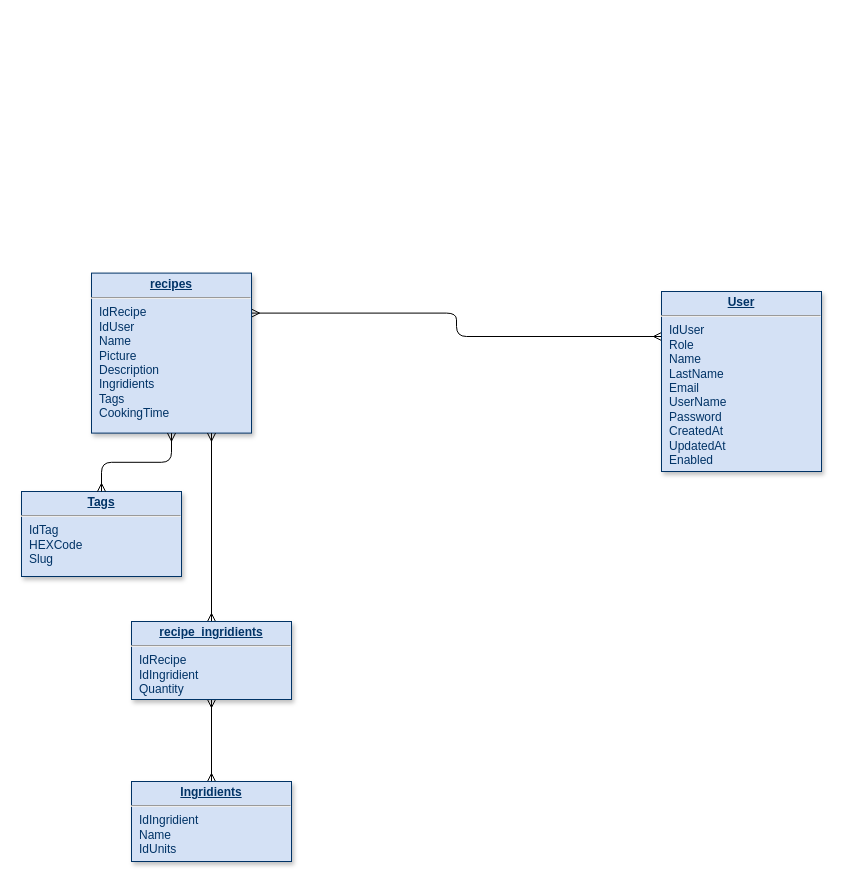
Earlier version of the draw.io diagram backend/db.drawio (smart5678/foodgram-project-react). Source tidied: cells renumbered, new cells numbered last; positions are measured from the earlier drawing's top-left corner, leaving out a move shared by most shapes. Both pictures are drawn from the tidied source at 100%, with x=0, y=0 at pixel (21, 273).
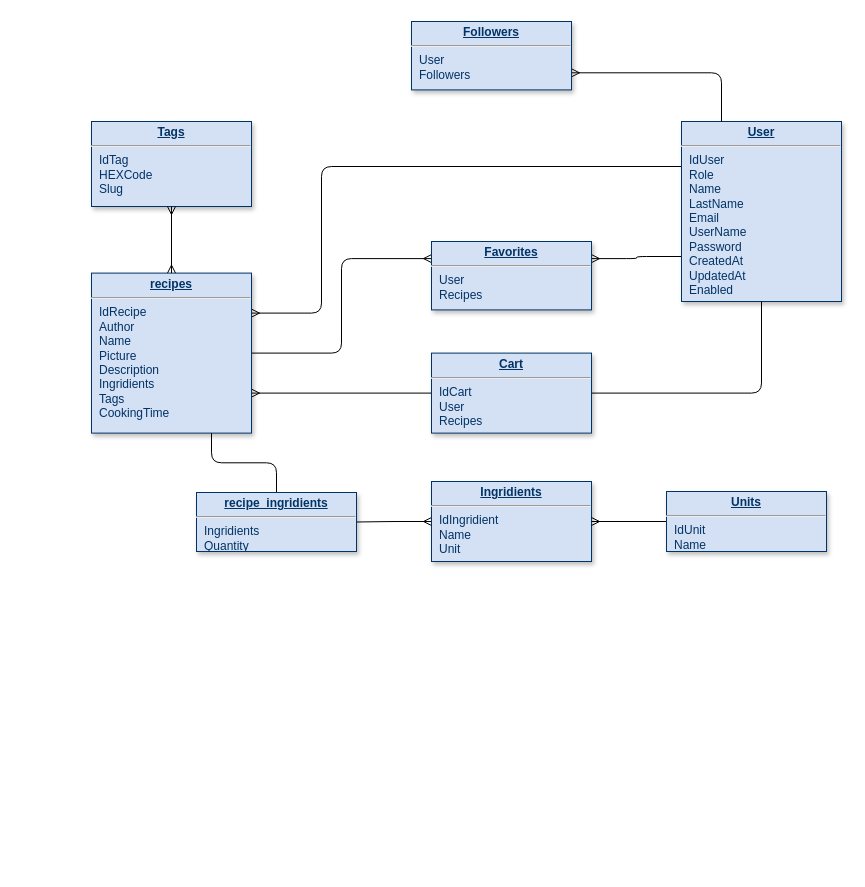
Above is the later version.

The edit, as a diff of the source:
```diff
@@
     <mxCell id="2" value="&lt;p style=&quot;margin: 0px ; margin-top: 4px ; text-align: center ; text-decoration: underline&quot;&gt;&lt;strong&gt;Tags&lt;/strong&gt;&lt;/p&gt;&lt;hr&gt;&lt;p style=&quot;margin: 0px ; margin-left: 8px&quot;&gt;IdTag&lt;/p&gt;&lt;p style=&quot;margin: 0px ; margin-left: 8px&quot;&gt;HEXCode&lt;/p&gt;&lt;p style=&quot;margin: 0px ; margin-left: 8px&quot;&gt;Slug&lt;/p&gt;" style="verticalAlign=top;align=left;overflow=fill;fontSize=12;fontFamily=Helvetica;html=1;strokeColor=#003366;shadow=1;fillColor=#D4E1F5;fontColor=#003366;" parent="1" vertex="1">
-      <mxGeometry y="218" width="160" height="85" as="geometry" />
+      <mxGeometry x="70" y="-152" width="160" height="85" as="geometry" />
     </mxCell>
-    <mxCell id="3" style="edgeStyle=orthogonalEdgeStyle;jettySize=auto;html=1;exitX=0;exitY=0.25;exitDx=0;exitDy=0;entryX=1;entryY=0.25;entryDx=0;entryDy=0;startArrow=ERmany;startFill=0;endArrow=ERmany;endFill=0;startSize=6;endSize=6;rounded=1;shadow=0;sketch=0;jumpStyle=none;" parent="1" edge="1" source="4" target="5">
-      <mxGeometry relative="1" as="geometry" />
+    <mxCell id="3" style="edgeStyle=orthogonalEdgeStyle;jettySize=auto;html=1;exitX=1;exitY=0.25;exitDx=0;exitDy=0;entryX=0;entryY=0.25;entryDx=0;entryDy=0;startArrow=ERmany;startFill=0;endArrow=none;endFill=0;startSize=6;endSize=6;rounded=1;shadow=0;sketch=0;jumpStyle=none;" parent="1" edge="1" source="5" target="4">
+      <mxGeometry relative="1" as="geometry">
+        <Array as="points">
+          <mxPoint x="300" y="40" />
+          <mxPoint x="300" y="-107" />
+        </Array>
+      </mxGeometry>
     </mxCell>
+    <mxCell id="11" style="edgeStyle=orthogonalEdgeStyle;rounded=1;sketch=0;jumpStyle=none;jettySize=auto;html=1;exitX=0;exitY=0.75;exitDx=0;exitDy=0;entryX=1;entryY=0.25;entryDx=0;entryDy=0;shadow=0;startArrow=none;startFill=0;endArrow=ERmany;endFill=0;startSize=6;endSize=6;strokeColor=#000000;" parent="1" edge="1" source="4" target="14">
+      <mxGeometry relative="1" as="geometry" />
+    </mxCell>
     <mxCell id="4" value="&lt;p style=&quot;margin: 0px ; margin-top: 4px ; text-align: center ; text-decoration: underline&quot;&gt;&lt;strong&gt;User&lt;/strong&gt;&lt;/p&gt;&lt;hr&gt;&lt;p style=&quot;margin: 0px ; margin-left: 8px&quot;&gt;IdUser&lt;/p&gt;&lt;p style=&quot;margin: 0px ; margin-left: 8px&quot;&gt;Role&lt;/p&gt;&lt;p style=&quot;margin: 0px ; margin-left: 8px&quot;&gt;Name&lt;/p&gt;&lt;p style=&quot;margin: 0px ; margin-left: 8px&quot;&gt;LastName&lt;/p&gt;&lt;p style=&quot;margin: 0px ; margin-left: 8px&quot;&gt;Email&lt;/p&gt;&lt;p style=&quot;margin: 0px ; margin-left: 8px&quot;&gt;UserName&lt;/p&gt;&lt;p style=&quot;margin: 0px ; margin-left: 8px&quot;&gt;Password&lt;/p&gt;&lt;p style=&quot;margin: 0px ; margin-left: 8px&quot;&gt;CreatedAt&lt;/p&gt;&lt;p style=&quot;margin: 0px ; margin-left: 8px&quot;&gt;UpdatedAt&lt;/p&gt;&lt;p style=&quot;margin: 0px ; margin-left: 8px&quot;&gt;Enabled&lt;/p&gt;" style="verticalAlign=top;align=left;overflow=fill;fontSize=12;fontFamily=Helvetica;html=1;strokeColor=#003366;shadow=1;fillColor=#D4E1F5;fontColor=#003366;" parent="1" vertex="1">
-      <mxGeometry x="640" y="18" width="160" height="180" as="geometry" />
+      <mxGeometry x="660" y="-152" width="160" height="180" as="geometry" />
     </mxCell>
+    <mxCell id="12" style="edgeStyle=orthogonalEdgeStyle;rounded=1;sketch=0;jumpStyle=none;jettySize=auto;html=1;exitX=0;exitY=0.25;exitDx=0;exitDy=0;entryX=1;entryY=0.5;entryDx=0;entryDy=0;shadow=0;startArrow=ERmany;startFill=0;endArrow=none;endFill=0;startSize=6;endSize=6;strokeColor=#000000;" parent="1" edge="1" source="14" target="5">
+      <mxGeometry relative="1" as="geometry" />
+    </mxCell>
+    <mxCell id="13" style="edgeStyle=orthogonalEdgeStyle;rounded=1;sketch=0;jumpStyle=none;jettySize=auto;html=1;exitX=1;exitY=0.75;exitDx=0;exitDy=0;entryX=0;entryY=0.5;entryDx=0;entryDy=0;shadow=0;startArrow=ERmany;startFill=0;endArrow=none;endFill=0;startSize=6;endSize=6;strokeColor=#000000;" parent="1" edge="1" source="5" target="16">
+      <mxGeometry relative="1" as="geometry" />
+    </mxCell>
-    <mxCell id="5" value="&lt;p style=&quot;margin: 0px ; margin-top: 4px ; text-align: center ; text-decoration: underline&quot;&gt;&lt;strong&gt;recipes&lt;/strong&gt;&lt;/p&gt;&lt;hr&gt;&lt;p style=&quot;margin: 0px ; margin-left: 8px&quot;&gt;IdRecipe&lt;/p&gt;&lt;p style=&quot;margin: 0px ; margin-left: 8px&quot;&gt;IdUser&lt;/p&gt;&lt;p style=&quot;margin: 0px ; margin-left: 8px&quot;&gt;Name&lt;/p&gt;&lt;p style=&quot;margin: 0px ; margin-left: 8px&quot;&gt;Picture&lt;/p&gt;&lt;p style=&quot;margin: 0px ; margin-left: 8px&quot;&gt;Description&lt;/p&gt;&lt;p style=&quot;margin: 0px ; margin-left: 8px&quot;&gt;Ingridients&lt;/p&gt;&lt;p style=&quot;margin: 0px ; margin-left: 8px&quot;&gt;Tags&lt;/p&gt;&lt;p style=&quot;margin: 0px ; margin-left: 8px&quot;&gt;CookingTime&lt;/p&gt;" style="verticalAlign=top;align=left;overflow=fill;fontSize=12;fontFamily=Helvetica;html=1;strokeColor=#003366;shadow=1;fillColor=#D4E1F5;fontColor=#003366;" parent="1" vertex="1">
+    <mxCell id="5" value="&lt;p style=&quot;margin: 0px ; margin-top: 4px ; text-align: center ; text-decoration: underline&quot;&gt;&lt;strong&gt;recipes&lt;/strong&gt;&lt;/p&gt;&lt;hr&gt;&lt;p style=&quot;margin: 0px ; margin-left: 8px&quot;&gt;IdRecipe&lt;/p&gt;&lt;p style=&quot;margin: 0px ; margin-left: 8px&quot;&gt;Author&lt;/p&gt;&lt;p style=&quot;margin: 0px ; margin-left: 8px&quot;&gt;Name&lt;/p&gt;&lt;p style=&quot;margin: 0px ; margin-left: 8px&quot;&gt;Picture&lt;/p&gt;&lt;p style=&quot;margin: 0px ; margin-left: 8px&quot;&gt;Description&lt;/p&gt;&lt;p style=&quot;margin: 0px ; margin-left: 8px&quot;&gt;Ingridients&lt;/p&gt;&lt;p style=&quot;margin: 0px ; margin-left: 8px&quot;&gt;Tags&lt;/p&gt;&lt;p style=&quot;margin: 0px ; margin-left: 8px&quot;&gt;CookingTime&lt;/p&gt;" style="verticalAlign=top;align=left;overflow=fill;fontSize=12;fontFamily=Helvetica;html=1;strokeColor=#003366;shadow=1;fillColor=#D4E1F5;fontColor=#003366;" parent="1" vertex="1">
       <mxGeometry x="70" y="-0.4" width="160" height="160" as="geometry" />
     </mxCell>
@@
-    <mxCell id="7" style="edgeStyle=orthogonalEdgeStyle;rounded=1;jettySize=auto;html=1;exitX=0.5;exitY=0;exitDx=0;exitDy=0;entryX=0.75;entryY=1;entryDx=0;entryDy=0;startArrow=ERmany;startFill=0;endArrow=ERmany;endFill=0;" parent="1" edge="1" source="9" target="5">
+    <mxCell id="7" style="edgeStyle=orthogonalEdgeStyle;rounded=1;jettySize=auto;html=1;exitX=0.75;exitY=1;exitDx=0;exitDy=0;entryX=0.5;entryY=0;entryDx=0;entryDy=0;startArrow=none;startFill=0;endArrow=none;endFill=0;" parent="1" edge="1" source="5" target="9">
       <mxGeometry relative="1" as="geometry" />
     </mxCell>
-    <mxCell id="8" style="edgeStyle=orthogonalEdgeStyle;rounded=1;jettySize=auto;html=1;exitX=0.5;exitY=1;exitDx=0;exitDy=0;entryX=0.5;entryY=0;entryDx=0;entryDy=0;startArrow=ERmany;startFill=0;endArrow=ERmany;endFill=0;" parent="1" edge="1" source="9" target="10">
+    <mxCell id="8" style="edgeStyle=orthogonalEdgeStyle;rounded=1;jettySize=auto;html=1;exitX=0;exitY=0.5;exitDx=0;exitDy=0;entryX=1;entryY=0.5;entryDx=0;entryDy=0;startArrow=ERmany;startFill=0;endArrow=none;endFill=0;" parent="1" edge="1" source="10" target="9">
       <mxGeometry relative="1" as="geometry" />
     </mxCell>
-    <mxCell id="9" value="&lt;p style=&quot;margin: 0px ; margin-top: 4px ; text-align: center ; text-decoration: underline&quot;&gt;&lt;strong&gt;recipe_ingridients&lt;/strong&gt;&lt;/p&gt;&lt;hr&gt;&lt;p style=&quot;margin: 0px ; margin-left: 8px&quot;&gt;IdRecipe&lt;/p&gt;&lt;p style=&quot;margin: 0px ; margin-left: 8px&quot;&gt;IdIngridient&lt;/p&gt;&lt;p style=&quot;margin: 0px ; margin-left: 8px&quot;&gt;Quantity&lt;br&gt;&lt;/p&gt;" style="verticalAlign=top;align=left;overflow=fill;fontSize=12;fontFamily=Helvetica;html=1;strokeColor=#003366;shadow=1;fillColor=#D4E1F5;fontColor=#003366;" parent="1" vertex="1">
-      <mxGeometry x="110" y="348" width="160" height="78" as="geometry" />
+    <mxCell id="9" value="&lt;p style=&quot;margin: 0px ; margin-top: 4px ; text-align: center ; text-decoration: underline&quot;&gt;&lt;strong&gt;recipe_ingridients&lt;/strong&gt;&lt;/p&gt;&lt;hr&gt;&lt;p style=&quot;margin: 0px ; margin-left: 8px&quot;&gt;&lt;span&gt;Ingridients&lt;/span&gt;&lt;br&gt;&lt;/p&gt;&lt;p style=&quot;margin: 0px ; margin-left: 8px&quot;&gt;Quantity&lt;br&gt;&lt;/p&gt;" style="verticalAlign=top;align=left;overflow=fill;fontSize=12;fontFamily=Helvetica;html=1;strokeColor=#003366;shadow=1;fillColor=#D4E1F5;fontColor=#003366;" parent="1" vertex="1">
+      <mxGeometry x="175" y="219" width="160" height="59" as="geometry" />
     </mxCell>
-    <mxCell id="10" value="&lt;p style=&quot;margin: 0px ; margin-top: 4px ; text-align: center ; text-decoration: underline&quot;&gt;&lt;strong&gt;Ingridients&lt;/strong&gt;&lt;/p&gt;&lt;hr&gt;&lt;p style=&quot;margin: 0px ; margin-left: 8px&quot;&gt;IdIngridient&lt;br&gt;Name&lt;/p&gt;&lt;p style=&quot;margin: 0px ; margin-left: 8px&quot;&gt;IdUnits&lt;/p&gt;" style="verticalAlign=top;align=left;overflow=fill;fontSize=12;fontFamily=Helvetica;html=1;strokeColor=#003366;shadow=1;fillColor=#D4E1F5;fontColor=#003366;" parent="1" vertex="1">
-      <mxGeometry x="110" y="508" width="160" height="80" as="geometry" />
+    <mxCell id="10" value="&lt;p style=&quot;margin: 0px ; margin-top: 4px ; text-align: center ; text-decoration: underline&quot;&gt;&lt;strong&gt;Ingridients&lt;/strong&gt;&lt;/p&gt;&lt;hr&gt;&lt;p style=&quot;margin: 0px ; margin-left: 8px&quot;&gt;IdIngridient&lt;br&gt;Name&lt;/p&gt;&lt;p style=&quot;margin: 0px ; margin-left: 8px&quot;&gt;Unit&lt;/p&gt;" style="verticalAlign=top;align=left;overflow=fill;fontSize=12;fontFamily=Helvetica;html=1;strokeColor=#003366;shadow=1;fillColor=#D4E1F5;fontColor=#003366;" parent="1" vertex="1">
+      <mxGeometry x="410" y="208" width="160" height="80" as="geometry" />
     </mxCell>
+    <mxCell id="14" value="&lt;p style=&quot;margin: 0px ; margin-top: 4px ; text-align: center ; text-decoration: underline&quot;&gt;&lt;strong&gt;Favorites&lt;/strong&gt;&lt;/p&gt;&lt;hr&gt;&lt;p style=&quot;margin: 0px ; margin-left: 8px&quot;&gt;User&lt;/p&gt;&lt;p style=&quot;margin: 0px ; margin-left: 8px&quot;&gt;Recipes&lt;/p&gt;" style="verticalAlign=top;align=left;overflow=fill;fontSize=12;fontFamily=Helvetica;html=1;strokeColor=#003366;shadow=1;fillColor=#D4E1F5;fontColor=#003366;" parent="1" vertex="1">
+      <mxGeometry x="410" y="-32" width="160" height="68.4" as="geometry" />
+    </mxCell>
+    <mxCell id="15" style="edgeStyle=orthogonalEdgeStyle;rounded=1;sketch=0;jumpStyle=none;jettySize=auto;html=1;exitX=1;exitY=0.5;exitDx=0;exitDy=0;entryX=0.5;entryY=1;entryDx=0;entryDy=0;shadow=0;startArrow=none;startFill=0;endArrow=none;endFill=0;startSize=6;endSize=6;strokeColor=#000000;" parent="1" edge="1" source="16" target="4">
+      <mxGeometry relative="1" as="geometry" />
+    </mxCell>
+    <mxCell id="16" value="&lt;p style=&quot;margin: 0px ; margin-top: 4px ; text-align: center ; text-decoration: underline&quot;&gt;&lt;strong&gt;Cart&lt;/strong&gt;&lt;/p&gt;&lt;hr&gt;&lt;p style=&quot;margin: 0px ; margin-left: 8px&quot;&gt;IdCart&lt;/p&gt;&lt;p style=&quot;margin: 0px ; margin-left: 8px&quot;&gt;User&lt;/p&gt;&lt;p style=&quot;margin: 0px ; margin-left: 8px&quot;&gt;Recipes&lt;/p&gt;" style="verticalAlign=top;align=left;overflow=fill;fontSize=12;fontFamily=Helvetica;html=1;strokeColor=#003366;shadow=1;fillColor=#D4E1F5;fontColor=#003366;" parent="1" vertex="1">
+      <mxGeometry x="410" y="79.6" width="160" height="80" as="geometry" />
+    </mxCell>
+    <mxCell id="17" style="edgeStyle=orthogonalEdgeStyle;rounded=1;sketch=0;jumpStyle=none;jettySize=auto;html=1;exitX=1;exitY=0.5;exitDx=0;exitDy=0;entryX=0;entryY=0.5;entryDx=0;entryDy=0;shadow=0;startArrow=ERmany;startFill=0;endArrow=none;endFill=0;startSize=6;endSize=6;strokeColor=#000000;" parent="1" edge="1" source="10" target="18">
+      <mxGeometry relative="1" as="geometry" />
+    </mxCell>
+    <mxCell id="18" value="&lt;p style=&quot;margin: 0px ; margin-top: 4px ; text-align: center ; text-decoration: underline&quot;&gt;&lt;strong&gt;Units&lt;/strong&gt;&lt;/p&gt;&lt;hr&gt;&lt;p style=&quot;margin: 0px ; margin-left: 8px&quot;&gt;&lt;span&gt;IdUnit&lt;/span&gt;&lt;br&gt;&lt;/p&gt;&lt;p style=&quot;margin: 0px ; margin-left: 8px&quot;&gt;&lt;span&gt;Name&lt;/span&gt;&lt;/p&gt;" style="verticalAlign=top;align=left;overflow=fill;fontSize=12;fontFamily=Helvetica;html=1;strokeColor=#003366;shadow=1;fillColor=#D4E1F5;fontColor=#003366;" parent="1" vertex="1">
+      <mxGeometry x="645" y="218" width="160" height="60" as="geometry" />
+    </mxCell>
+    <mxCell id="19" style="edgeStyle=orthogonalEdgeStyle;rounded=1;sketch=0;jumpStyle=none;jettySize=auto;html=1;exitX=1;exitY=0.75;exitDx=0;exitDy=0;entryX=0.25;entryY=0;entryDx=0;entryDy=0;shadow=0;startArrow=ERmany;startFill=0;endArrow=none;endFill=0;startSize=6;endSize=6;strokeColor=#000000;" parent="1" edge="1" source="20" target="4">
+      <mxGeometry relative="1" as="geometry" />
+    </mxCell>
+    <mxCell id="20" value="&lt;p style=&quot;margin: 0px ; margin-top: 4px ; text-align: center ; text-decoration: underline&quot;&gt;&lt;strong&gt;Followers&lt;/strong&gt;&lt;/p&gt;&lt;hr&gt;&lt;p style=&quot;margin: 0px ; margin-left: 8px&quot;&gt;User&lt;/p&gt;&lt;p style=&quot;margin: 0px ; margin-left: 8px&quot;&gt;Followers&lt;/p&gt;" style="verticalAlign=top;align=left;overflow=fill;fontSize=12;fontFamily=Helvetica;html=1;strokeColor=#003366;shadow=1;fillColor=#D4E1F5;fontColor=#003366;" parent="1" vertex="1">
+      <mxGeometry x="390" y="-252" width="160" height="68.4" as="geometry" />
+    </mxCell>
```
